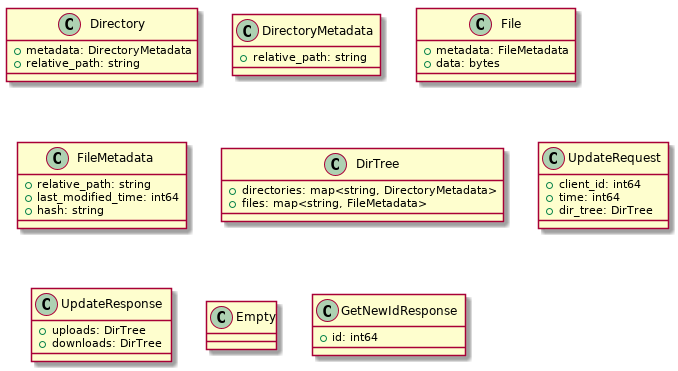
The PlantUML diagram documentation/images/second_stage.png in Kola50011/DiSy, before a commit. Source of this version:
```plantuml
@startuml

class Directory {
    + metadata: DirectoryMetadata
    + relative_path: string
}

class DirectoryMetadata {
    + relative_path: string
}

class File {
    + metadata: FileMetadata
    + data: bytes
}

class FileMetadata {
    + relative_path: string
    + last_modified_time: int64
    + hash: string
}

class DirTree {
    + directories: map<string, DirectoryMetadata>
	+ files: map<string, FileMetadata>
}

class UpdateRequest {
    + client_id: int64
    + time: int64
    + dir_tree: DirTree
}

class UpdateResponse {
    + uploads: DirTree
    + downloads: DirTree
}

class Empty{
}

class GetNewIdResponse {
    + id: int64
}




@enduml
```
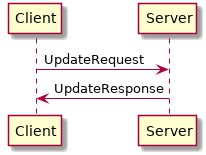
Later version of the same file.

Change to the diagram source:
```diff
@@ -1,49 +1,6 @@
 @startuml
 
-class Directory {
-    + metadata: DirectoryMetadata
-    + relative_path: string
-}
-
-class DirectoryMetadata {
-    + relative_path: string
-}
-
-class File {
-    + metadata: FileMetadata
-    + data: bytes
-}
-
-class FileMetadata {
-    + relative_path: string
-    + last_modified_time: int64
-    + hash: string
-}
-
-class DirTree {
-    + directories: map<string, DirectoryMetadata>
-	+ files: map<string, FileMetadata>
-}
-
-class UpdateRequest {
-    + client_id: int64
-    + time: int64
-    + dir_tree: DirTree
-}
-
-class UpdateResponse {
-    + uploads: DirTree
-    + downloads: DirTree
-}
-
-class Empty{
-}
-
-class GetNewIdResponse {
-    + id: int64
-}
-
-
-
+Client -> Server: UpdateRequest
+Server -> Client: UpdateResponse
 
 @enduml
```
